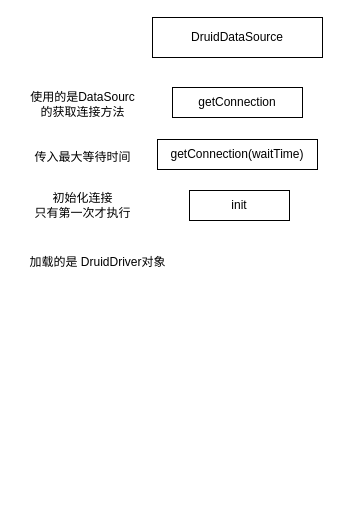
Ordertiny/graph keeps this draw.io diagram as druid数据源.drawio. Above is the earlier version. Source tidied: cells renumbered, new cells numbered last; positions are measured from the earlier drawing's top-left corner, leaving out a move shared by most shapes. Both pictures are drawn from the tidied source at 100%, with x=0, y=0 at pixel (17, 17).
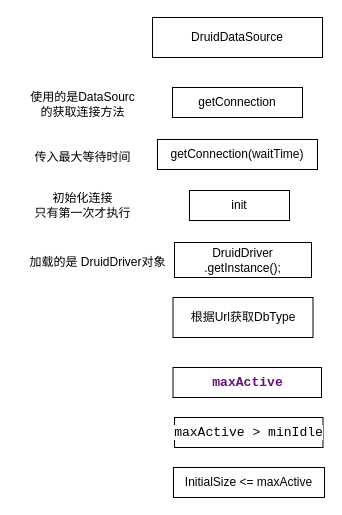
The same diagram, later.

Commit message (it also covers changes not shown here):
更新druid数据源.drawio

The edit, as a diff of the source:
```diff
@@
 <mxGraphModel>
   <root>
     <mxCell id="0" />
     <mxCell id="1" parent="0" />
     <mxCell id="2" value="DruidDataSource" style="rounded=0;whiteSpace=wrap;html=1;" parent="1" vertex="1">
       <mxGeometry x="135" width="170" height="40" as="geometry" />
     </mxCell>
     <mxCell id="3" value="getConnection" style="whiteSpace=wrap;html=1;" parent="1" vertex="1">
       <mxGeometry x="155" y="70" width="130" height="30" as="geometry" />
     </mxCell>
     <mxCell id="4" value="使用的是DataSourc&lt;br&gt;的获取连接方法" style="text;html=1;align=center;verticalAlign=middle;strokeColor=none;fillColor=none;" parent="1" vertex="1">
       <mxGeometry y="67" width="130" height="40" as="geometry" />
     </mxCell>
     <mxCell id="5" value="init" style="whiteSpace=wrap;html=1;" parent="1" vertex="1">
       <mxGeometry x="172" y="173" width="100" height="30" as="geometry" />
     </mxCell>
     <mxCell id="6" value="初始化连接&lt;br&gt;只有第一次才执行" style="text;html=1;align=center;verticalAlign=middle;strokeColor=none;fillColor=none;" parent="1" vertex="1">
       <mxGeometry x="5" y="168" width="120" height="40" as="geometry" />
     </mxCell>
     <mxCell id="7" value="传入最大等待时间" style="text;html=1;align=center;verticalAlign=middle;strokeColor=none;fillColor=none;" parent="1" vertex="1">
       <mxGeometry x="5" y="125" width="120" height="30" as="geometry" />
     </mxCell>
     <mxCell id="8" value="getConnection(waitTime)" style="whiteSpace=wrap;html=1;" parent="1" vertex="1">
       <mxGeometry x="140" y="122" width="160" height="30" as="geometry" />
     </mxCell>
     <mxCell id="9" value="加载的是 DruidDriver对象" style="text;html=1;align=center;verticalAlign=middle;strokeColor=none;fillColor=none;" parent="1" vertex="1">
       <mxGeometry y="230" width="160" height="30" as="geometry" />
     </mxCell>
+    <mxCell id="10" value="DruidDriver&lt;br&gt;.getInstance();" style="whiteSpace=wrap;html=1;" parent="1" vertex="1">
+      <mxGeometry x="157" y="225" width="137" height="35" as="geometry" />
+    </mxCell>
+    <mxCell id="11" value="根据Url获取DbType" style="whiteSpace=wrap;html=1;" parent="1" vertex="1">
+      <mxGeometry x="155.5" y="280" width="140" height="40" as="geometry" />
+    </mxCell>
+    <mxCell id="12" value="&lt;pre style=&quot;background-color:#ffffff;color:#000000;font-family:'JetBrains Mono',monospace;font-size:9.8pt;&quot;&gt;&lt;span style=&quot;color:#660e7a;font-weight:bold;&quot;&gt;maxActive&lt;/span&gt;&lt;/pre&gt;" style="whiteSpace=wrap;html=1;" parent="1" vertex="1">
+      <mxGeometry x="155.5" y="350" width="148.5" height="30" as="geometry" />
+    </mxCell>
+    <mxCell id="13" value="&lt;pre style=&quot;background-color:#ffffff;color:#000000;font-family:'JetBrains Mono',monospace;font-size:9.8pt;&quot;&gt;maxActive &amp;gt; minIdle&lt;/pre&gt;" style="whiteSpace=wrap;html=1;" parent="1" vertex="1">
+      <mxGeometry x="157" y="400" width="148.5" height="30" as="geometry" />
+    </mxCell>
+    <mxCell id="14" value="InitialSize &amp;lt;= maxActive" style="whiteSpace=wrap;html=1;" parent="1" vertex="1">
+      <mxGeometry x="156" y="450" width="151" height="30" as="geometry" />
+    </mxCell>
   </root>
 </mxGraphModel>
```
